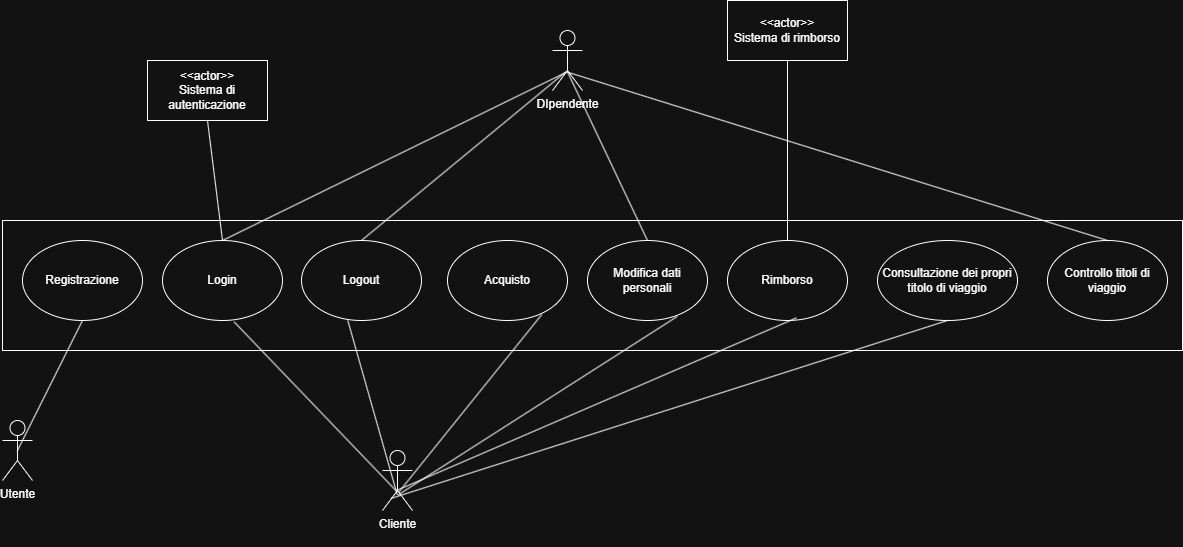
IngSW-unipv/Progetto-K25 keeps this draw.io diagram as Diagrammi/Diagramma Casi d'Uso.png. Above is the earlier version. Source tidied: cells renumbered, new cells last; positions are measured from the earlier drawing's top-left corner, leaving out a move shared by most shapes. Its diagram source:
```xml
<mxGraphModel>
  <root>
    <mxCell id="0" />
    <mxCell id="1" parent="0" />
    <mxCell id="2" value="Cliente&lt;div&gt;&lt;br&gt;&lt;/div&gt;" style="shape=umlActor;verticalLabelPosition=bottom;verticalAlign=top;html=1;" parent="1" vertex="1">
      <mxGeometry x="380" y="450" width="30" height="60" as="geometry" />
    </mxCell>
    <mxCell id="3" value="DIpendente&lt;div&gt;&lt;br&gt;&lt;/div&gt;" style="shape=umlActor;verticalLabelPosition=bottom;verticalAlign=top;html=1;" parent="1" vertex="1">
      <mxGeometry x="550" y="30" width="30" height="60" as="geometry" />
    </mxCell>
    <mxCell id="4" style="rounded=0;whiteSpace=wrap;html=1;" parent="1" vertex="1">
      <mxGeometry y="220" width="1180" height="130" as="geometry" />
    </mxCell>
    <mxCell id="5" value="Login" style="ellipse;whiteSpace=wrap;html=1;" parent="1" vertex="1">
      <mxGeometry x="160" y="240" width="120" height="80" as="geometry" />
    </mxCell>
    <mxCell id="6" value="Acquisto" style="ellipse;whiteSpace=wrap;html=1;" parent="1" vertex="1">
      <mxGeometry x="445" y="240" width="120" height="80" as="geometry" />
    </mxCell>
    <mxCell id="7" value="Rimborso" style="ellipse;whiteSpace=wrap;html=1;" parent="1" vertex="1">
      <mxGeometry x="725" y="240" width="120" height="80" as="geometry" />
    </mxCell>
    <mxCell id="8" value="Consultazione dei propri titolo di viaggio" style="ellipse;whiteSpace=wrap;html=1;" parent="1" vertex="1">
      <mxGeometry x="875" y="240" width="140" height="80" as="geometry" />
    </mxCell>
    <mxCell id="9" value="Modifica dati&lt;div&gt;personali&lt;/div&gt;" style="ellipse;whiteSpace=wrap;html=1;" parent="1" vertex="1">
      <mxGeometry x="585" y="240" width="120" height="80" as="geometry" />
    </mxCell>
    <mxCell id="10" value="Controllo titoli di viaggio" style="ellipse;whiteSpace=wrap;html=1;" parent="1" vertex="1">
      <mxGeometry x="1045" y="240" width="120" height="80" as="geometry" />
    </mxCell>
    <mxCell id="11" value="&amp;lt;&amp;lt;actor&amp;gt;&amp;gt;&lt;div&gt;Sistema di autenticazione&lt;/div&gt;" style="rounded=0;whiteSpace=wrap;html=1;" parent="1" vertex="1">
      <mxGeometry x="145" y="60" width="120" height="60" as="geometry" />
    </mxCell>
    <mxCell id="12" value="Logout" style="ellipse;whiteSpace=wrap;html=1;" parent="1" vertex="1">
      <mxGeometry x="299" y="240" width="120" height="80" as="geometry" />
    </mxCell>
    <mxCell id="13" style="endArrow=none;html=1;rounded=0;exitX=0.489;exitY=0.689;exitDx=0;exitDy=0;exitPerimeter=0;entryX=0.597;entryY=1.017;entryDx=0;entryDy=0;entryPerimeter=0;" parent="1" edge="1" source="2" target="5">
      <mxGeometry relative="1" as="geometry" />
    </mxCell>
    <mxCell id="14" style="endArrow=none;html=1;rounded=0;exitX=0.489;exitY=0.733;exitDx=0;exitDy=0;exitPerimeter=0;entryX=0.386;entryY=1;entryDx=0;entryDy=0;entryPerimeter=0;" parent="1" edge="1" source="2" target="12">
      <mxGeometry relative="1" as="geometry" />
    </mxCell>
    <mxCell id="15" style="endArrow=none;html=1;rounded=0;exitX=0.533;exitY=0.7;exitDx=0;exitDy=0;exitPerimeter=0;entryX=0.786;entryY=0.925;entryDx=0;entryDy=0;entryPerimeter=0;" parent="1" edge="1" source="2" target="6">
      <mxGeometry relative="1" as="geometry" />
    </mxCell>
    <mxCell id="16" style="endArrow=none;html=1;rounded=0;exitX=0.747;exitY=0.95;exitDx=0;exitDy=0;exitPerimeter=0;entryX=0.511;entryY=0.744;entryDx=0;entryDy=0;entryPerimeter=0;" parent="1" edge="1" source="9" target="2">
      <mxGeometry relative="1" as="geometry" />
    </mxCell>
    <mxCell id="17" style="endArrow=none;html=1;rounded=0;entryX=0.575;entryY=0.967;entryDx=0;entryDy=0;entryPerimeter=0;exitX=0.467;exitY=0.667;exitDx=0;exitDy=0;exitPerimeter=0;" parent="1" edge="1" source="2" target="7">
      <mxGeometry relative="1" as="geometry" />
    </mxCell>
    <mxCell id="18" style="endArrow=none;html=1;rounded=0;exitX=0.5;exitY=0;exitDx=0;exitDy=0;entryX=0.444;entryY=0.7;entryDx=0;entryDy=0;entryPerimeter=0;" parent="1" edge="1" source="5" target="3">
      <mxGeometry relative="1" as="geometry" />
    </mxCell>
    <mxCell id="19" style="endArrow=none;html=1;rounded=0;exitX=0.5;exitY=0;exitDx=0;exitDy=0;entryX=0.444;entryY=0.689;entryDx=0;entryDy=0;entryPerimeter=0;" parent="1" edge="1" source="12" target="3">
      <mxGeometry relative="1" as="geometry" />
    </mxCell>
    <mxCell id="20" style="endArrow=none;html=1;rounded=0;exitX=0.5;exitY=0;exitDx=0;exitDy=0;entryX=0.489;entryY=0.678;entryDx=0;entryDy=0;entryPerimeter=0;" parent="1" edge="1" source="9" target="3">
      <mxGeometry relative="1" as="geometry" />
    </mxCell>
    <mxCell id="21" style="endArrow=none;html=1;rounded=0;entryX=0.5;entryY=1;entryDx=0;entryDy=0;exitX=0.5;exitY=0;exitDx=0;exitDy=0;" parent="1" edge="1" source="5" target="11">
      <mxGeometry relative="1" as="geometry" />
    </mxCell>
    <mxCell id="22" style="endArrow=none;html=1;rounded=0;entryX=0.467;entryY=0.689;entryDx=0;entryDy=0;entryPerimeter=0;exitX=0.5;exitY=0;exitDx=0;exitDy=0;" parent="1" edge="1" source="10" target="3">
      <mxGeometry relative="1" as="geometry" />
    </mxCell>
    <mxCell id="23" value="&amp;lt;&amp;lt;actor&amp;gt;&amp;gt;&lt;div&gt;Sistema di rimborso&lt;/div&gt;" style="rounded=0;whiteSpace=wrap;html=1;" parent="1" vertex="1">
      <mxGeometry x="725" width="120" height="60" as="geometry" />
    </mxCell>
    <mxCell id="24" style="endArrow=none;html=1;rounded=0;entryX=0.5;entryY=1;entryDx=0;entryDy=0;exitX=0.5;exitY=0;exitDx=0;exitDy=0;" parent="1" edge="1" source="7" target="23">
      <mxGeometry relative="1" as="geometry" />
    </mxCell>
    <mxCell id="25" style="endArrow=none;html=1;rounded=0;entryX=0.5;entryY=1;entryDx=0;entryDy=0;exitX=0.292;exitY=0.798;exitDx=0;exitDy=0;exitPerimeter=0;" parent="1" edge="1" source="2" target="8">
      <mxGeometry relative="1" as="geometry" />
    </mxCell>
    <mxCell id="26" value="Utente" style="shape=umlActor;verticalLabelPosition=bottom;verticalAlign=top;html=1;" parent="1" vertex="1">
      <mxGeometry y="420" width="30" height="60" as="geometry" />
    </mxCell>
    <mxCell id="27" value="Registrazione" style="ellipse;whiteSpace=wrap;html=1;" parent="1" vertex="1">
      <mxGeometry x="20" y="240" width="120" height="80" as="geometry" />
    </mxCell>
    <mxCell id="28" style="endArrow=none;html=1;rounded=0;entryX=0.5;entryY=1;entryDx=0;entryDy=0;exitX=0.5;exitY=0.5;exitDx=0;exitDy=0;exitPerimeter=0;" parent="1" edge="1" source="26" target="27">
      <mxGeometry relative="1" as="geometry" />
    </mxCell>
  </root>
</mxGraphModel>
```
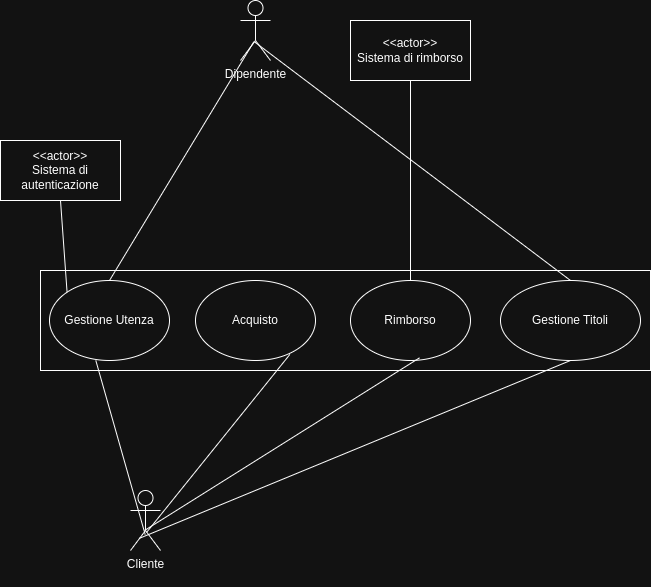
Later version of the same file.

Commit message:
Aggiornamento alla versione 2.0

Change to the diagram source:
```diff
@@ -5,68 +5,44 @@
     <mxCell id="2" value="Cliente&lt;div&gt;&lt;br&gt;&lt;/div&gt;" style="shape=umlActor;verticalLabelPosition=bottom;verticalAlign=top;html=1;" parent="1" vertex="1">
       <mxGeometry x="380" y="450" width="30" height="60" as="geometry" />
     </mxCell>
-    <mxCell id="3" value="DIpendente&lt;div&gt;&lt;br&gt;&lt;/div&gt;" style="shape=umlActor;verticalLabelPosition=bottom;verticalAlign=top;html=1;" parent="1" vertex="1">
-      <mxGeometry x="550" y="30" width="30" height="60" as="geometry" />
+    <mxCell id="3" value="&lt;div&gt;Dipendente&lt;/div&gt;&lt;div&gt;&lt;br&gt;&lt;/div&gt;" style="shape=umlActor;verticalLabelPosition=bottom;verticalAlign=top;html=1;" parent="1" vertex="1">
+      <mxGeometry x="490" y="-40" width="30" height="60" as="geometry" />
     </mxCell>
     <mxCell id="4" style="rounded=0;whiteSpace=wrap;html=1;" parent="1" vertex="1">
-      <mxGeometry y="220" width="1180" height="130" as="geometry" />
+      <mxGeometry x="290" y="230" width="610" height="100" as="geometry" />
     </mxCell>
-    <mxCell id="5" value="Login" style="ellipse;whiteSpace=wrap;html=1;" parent="1" vertex="1">
-      <mxGeometry x="160" y="240" width="120" height="80" as="geometry" />
-    </mxCell>
     <mxCell id="6" value="Acquisto" style="ellipse;whiteSpace=wrap;html=1;" parent="1" vertex="1">
       <mxGeometry x="445" y="240" width="120" height="80" as="geometry" />
     </mxCell>
     <mxCell id="7" value="Rimborso" style="ellipse;whiteSpace=wrap;html=1;" parent="1" vertex="1">
-      <mxGeometry x="725" y="240" width="120" height="80" as="geometry" />
+      <mxGeometry x="600" y="240" width="120" height="80" as="geometry" />
     </mxCell>
-    <mxCell id="8" value="Consultazione dei propri titolo di viaggio" style="ellipse;whiteSpace=wrap;html=1;" parent="1" vertex="1">
-      <mxGeometry x="875" y="240" width="140" height="80" as="geometry" />
+    <mxCell id="8" value="Gestione Titoli" style="ellipse;whiteSpace=wrap;html=1;" parent="1" vertex="1">
+      <mxGeometry x="750" y="240" width="140" height="80" as="geometry" />
     </mxCell>
-    <mxCell id="9" value="Modifica dati&lt;div&gt;personali&lt;/div&gt;" style="ellipse;whiteSpace=wrap;html=1;" parent="1" vertex="1">
-      <mxGeometry x="585" y="240" width="120" height="80" as="geometry" />
-    </mxCell>
-    <mxCell id="10" value="Controllo titoli di viaggio" style="ellipse;whiteSpace=wrap;html=1;" parent="1" vertex="1">
-      <mxGeometry x="1045" y="240" width="120" height="80" as="geometry" />
-    </mxCell>
     <mxCell id="11" value="&amp;lt;&amp;lt;actor&amp;gt;&amp;gt;&lt;div&gt;Sistema di autenticazione&lt;/div&gt;" style="rounded=0;whiteSpace=wrap;html=1;" parent="1" vertex="1">
-      <mxGeometry x="145" y="60" width="120" height="60" as="geometry" />
+      <mxGeometry x="250" y="100" width="120" height="60" as="geometry" />
     </mxCell>
-    <mxCell id="12" value="Logout" style="ellipse;whiteSpace=wrap;html=1;" parent="1" vertex="1">
+    <mxCell id="12" value="Gestione Utenza" style="ellipse;whiteSpace=wrap;html=1;" parent="1" vertex="1">
       <mxGeometry x="299" y="240" width="120" height="80" as="geometry" />
     </mxCell>
-    <mxCell id="13" style="endArrow=none;html=1;rounded=0;exitX=0.489;exitY=0.689;exitDx=0;exitDy=0;exitPerimeter=0;entryX=0.597;entryY=1.017;entryDx=0;entryDy=0;entryPerimeter=0;" parent="1" edge="1" source="2" target="5">
-      <mxGeometry relative="1" as="geometry" />
-    </mxCell>
     <mxCell id="14" style="endArrow=none;html=1;rounded=0;exitX=0.489;exitY=0.733;exitDx=0;exitDy=0;exitPerimeter=0;entryX=0.386;entryY=1;entryDx=0;entryDy=0;entryPerimeter=0;" parent="1" edge="1" source="2" target="12">
       <mxGeometry relative="1" as="geometry" />
     </mxCell>
     <mxCell id="15" style="endArrow=none;html=1;rounded=0;exitX=0.533;exitY=0.7;exitDx=0;exitDy=0;exitPerimeter=0;entryX=0.786;entryY=0.925;entryDx=0;entryDy=0;entryPerimeter=0;" parent="1" edge="1" source="2" target="6">
       <mxGeometry relative="1" as="geometry" />
     </mxCell>
-    <mxCell id="16" style="endArrow=none;html=1;rounded=0;exitX=0.747;exitY=0.95;exitDx=0;exitDy=0;exitPerimeter=0;entryX=0.511;entryY=0.744;entryDx=0;entryDy=0;entryPerimeter=0;" parent="1" edge="1" source="9" target="2">
-      <mxGeometry relative="1" as="geometry" />
-    </mxCell>
     <mxCell id="17" style="endArrow=none;html=1;rounded=0;entryX=0.575;entryY=0.967;entryDx=0;entryDy=0;entryPerimeter=0;exitX=0.467;exitY=0.667;exitDx=0;exitDy=0;exitPerimeter=0;" parent="1" edge="1" source="2" target="7">
       <mxGeometry relative="1" as="geometry" />
     </mxCell>
-    <mxCell id="18" style="endArrow=none;html=1;rounded=0;exitX=0.5;exitY=0;exitDx=0;exitDy=0;entryX=0.444;entryY=0.7;entryDx=0;entryDy=0;entryPerimeter=0;" parent="1" edge="1" source="5" target="3">
-      <mxGeometry relative="1" as="geometry" />
-    </mxCell>
     <mxCell id="19" style="endArrow=none;html=1;rounded=0;exitX=0.5;exitY=0;exitDx=0;exitDy=0;entryX=0.444;entryY=0.689;entryDx=0;entryDy=0;entryPerimeter=0;" parent="1" edge="1" source="12" target="3">
       <mxGeometry relative="1" as="geometry" />
     </mxCell>
-    <mxCell id="20" style="endArrow=none;html=1;rounded=0;exitX=0.5;exitY=0;exitDx=0;exitDy=0;entryX=0.489;entryY=0.678;entryDx=0;entryDy=0;entryPerimeter=0;" parent="1" edge="1" source="9" target="3">
-      <mxGeometry relative="1" as="geometry" />
-    </mxCell>
-    <mxCell id="21" style="endArrow=none;html=1;rounded=0;entryX=0.5;entryY=1;entryDx=0;entryDy=0;exitX=0.5;exitY=0;exitDx=0;exitDy=0;" parent="1" edge="1" source="5" target="11">
-      <mxGeometry relative="1" as="geometry" />
-    </mxCell>
-    <mxCell id="22" style="endArrow=none;html=1;rounded=0;entryX=0.467;entryY=0.689;entryDx=0;entryDy=0;entryPerimeter=0;exitX=0.5;exitY=0;exitDx=0;exitDy=0;" parent="1" edge="1" source="10" target="3">
+    <mxCell id="22" style="endArrow=none;html=1;rounded=0;entryX=0.467;entryY=0.689;entryDx=0;entryDy=0;entryPerimeter=0;exitX=0.5;exitY=0;exitDx=0;exitDy=0;" parent="1" edge="1" source="8" target="3">
       <mxGeometry relative="1" as="geometry" />
     </mxCell>
     <mxCell id="23" value="&amp;lt;&amp;lt;actor&amp;gt;&amp;gt;&lt;div&gt;Sistema di rimborso&lt;/div&gt;" style="rounded=0;whiteSpace=wrap;html=1;" parent="1" vertex="1">
-      <mxGeometry x="725" width="120" height="60" as="geometry" />
+      <mxGeometry x="600" y="-20" width="120" height="60" as="geometry" />
     </mxCell>
     <mxCell id="24" style="endArrow=none;html=1;rounded=0;entryX=0.5;entryY=1;entryDx=0;entryDy=0;exitX=0.5;exitY=0;exitDx=0;exitDy=0;" parent="1" edge="1" source="7" target="23">
       <mxGeometry relative="1" as="geometry" />
@@ -74,14 +50,8 @@
     <mxCell id="25" style="endArrow=none;html=1;rounded=0;entryX=0.5;entryY=1;entryDx=0;entryDy=0;exitX=0.292;exitY=0.798;exitDx=0;exitDy=0;exitPerimeter=0;" parent="1" edge="1" source="2" target="8">
       <mxGeometry relative="1" as="geometry" />
     </mxCell>
-    <mxCell id="26" value="Utente" style="shape=umlActor;verticalLabelPosition=bottom;verticalAlign=top;html=1;" parent="1" vertex="1">
-      <mxGeometry y="420" width="30" height="60" as="geometry" />
-    </mxCell>
-    <mxCell id="27" value="Registrazione" style="ellipse;whiteSpace=wrap;html=1;" parent="1" vertex="1">
-      <mxGeometry x="20" y="240" width="120" height="80" as="geometry" />
-    </mxCell>
-    <mxCell id="28" style="endArrow=none;html=1;rounded=0;entryX=0.5;entryY=1;entryDx=0;entryDy=0;exitX=0.5;exitY=0.5;exitDx=0;exitDy=0;exitPerimeter=0;" parent="1" edge="1" source="26" target="27">
-      <mxGeometry relative="1" as="geometry" />
-    </mxCell>
+    <mxCell id="29" style="endArrow=none;html=1;rounded=0;entryX=0.5;entryY=1;entryDx=0;entryDy=0;exitX=0;exitY=0;exitDx=0;exitDy=0;" parent="1" edge="1" source="12" target="11">
+      <mxGeometry relative="1" as="geometry" />
+    </mxCell>
   </root>
 </mxGraphModel>
```
